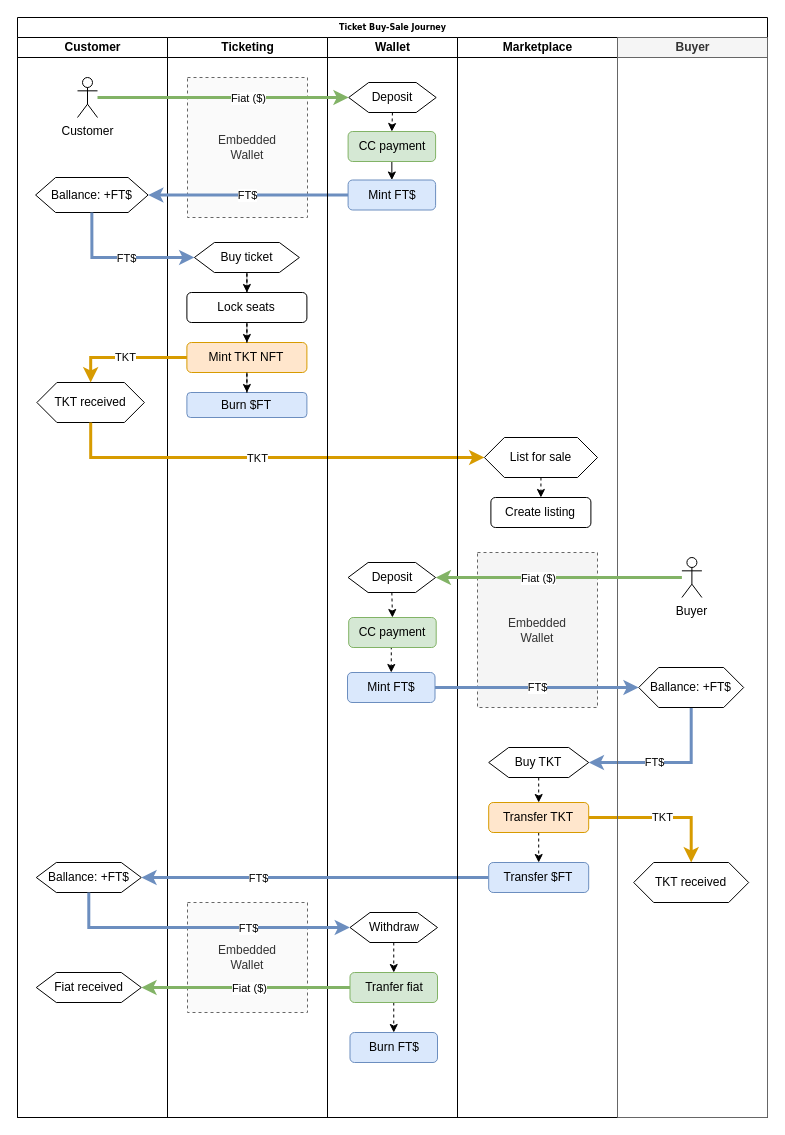
Above: buy-sale-diagram.drawio in cutepetric/TIXchange (draw.io), before the change. Source tidied: cells renumbered, new cells numbered last; positions are measured from the earlier drawing's top-left corner, leaving out a move shared by most shapes. Both pictures are drawn from the tidied source at 100%, with x=0, y=0 at pixel (17, 17).
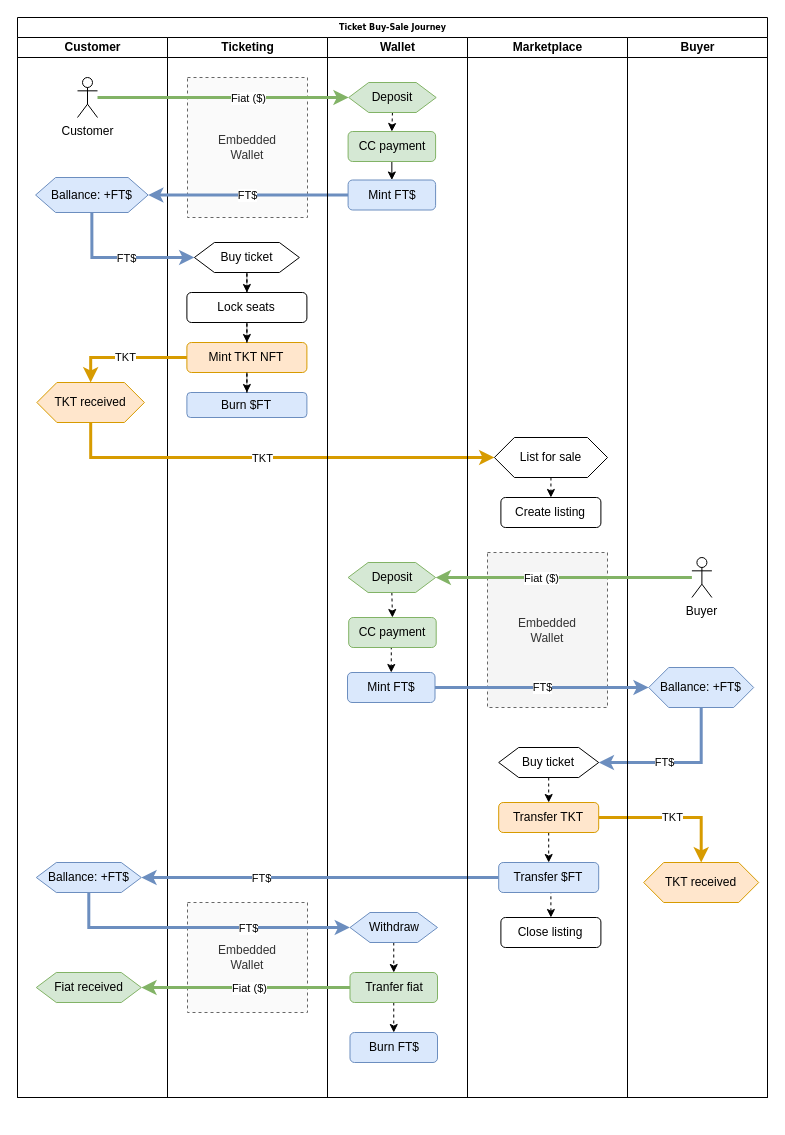
Above is the later version.

The change refers to these unchanged cells:
```xml
<mxCell id="59" value="Transfer $FT" style="whiteSpace=wrap;html=1;rounded=1;fillColor=#dae8fc;strokeColor=#6c8ebf;" parent="50" vertex="1">
  <mxGeometry x="31.2" y="825" width="100" height="30" as="geometry" />
</mxCell>
```

The edit, as a diff of the source:
```diff
@@
     <mxCell id="2" value="Ticket Buy-Sale Journey" style="swimlane;html=1;startSize=20;rounded=0;shadow=0;labelBackgroundColor=none;strokeWidth=1;fontFamily=Verdana;fontSize=8;align=center;" parent="1" vertex="1">
-      <mxGeometry width="750" height="1100" as="geometry" />
+      <mxGeometry width="750" height="1080" as="geometry" />
     </mxCell>
     <mxCell id="3" value="Customer" style="swimlane;html=1;startSize=20;" parent="2" vertex="1">
-      <mxGeometry y="20" width="150" height="1080" as="geometry" />
+      <mxGeometry y="20" width="150" height="1060" as="geometry" />
     </mxCell>
@@
-    <mxCell id="5" value="Ballance: +FT$" style="shape=hexagon;perimeter=hexagonPerimeter2;whiteSpace=wrap;html=1;fixedSize=1;rounded=0;" parent="3" vertex="1">
+    <mxCell id="5" value="Ballance: +FT$" style="shape=hexagon;perimeter=hexagonPerimeter2;whiteSpace=wrap;html=1;fixedSize=1;rounded=0;fillColor=#dae8fc;strokeColor=#6c8ebf;" parent="3" vertex="1">
       <mxGeometry x="18.1" y="140" width="112.5" height="35" as="geometry" />
     </mxCell>
-    <mxCell id="6" value="TKT received" style="shape=hexagon;perimeter=hexagonPerimeter2;whiteSpace=wrap;html=1;fixedSize=1;rounded=0;" parent="3" vertex="1">
+    <mxCell id="6" value="TKT received" style="shape=hexagon;perimeter=hexagonPerimeter2;whiteSpace=wrap;html=1;fixedSize=1;rounded=0;fillColor=#ffe6cc;strokeColor=#d79b00;" parent="3" vertex="1">
       <mxGeometry x="19.4" y="345" width="107.5" height="40" as="geometry" />
     </mxCell>
-    <mxCell id="7" value="Ballance: +FT$" style="shape=hexagon;perimeter=hexagonPerimeter2;whiteSpace=wrap;html=1;fixedSize=1;rounded=0;" parent="3" vertex="1">
+    <mxCell id="7" value="Ballance: +FT$" style="shape=hexagon;perimeter=hexagonPerimeter2;whiteSpace=wrap;html=1;fixedSize=1;rounded=0;fillColor=#dae8fc;strokeColor=#6c8ebf;" parent="3" vertex="1">
       <mxGeometry x="18.8" y="825" width="105" height="30" as="geometry" />
     </mxCell>
-    <mxCell id="8" value="Fiat received" style="shape=hexagon;perimeter=hexagonPerimeter2;whiteSpace=wrap;html=1;fixedSize=1;rounded=0;" parent="3" vertex="1">
+    <mxCell id="8" value="Fiat received" style="shape=hexagon;perimeter=hexagonPerimeter2;whiteSpace=wrap;html=1;fixedSize=1;rounded=0;fillColor=#d5e8d4;strokeColor=#82b366;" parent="3" vertex="1">
       <mxGeometry x="18.8" y="935" width="105" height="30" as="geometry" />
     </mxCell>
     <mxCell id="9" value="Ticketing" style="swimlane;html=1;startSize=20;" parent="2" vertex="1">
-      <mxGeometry x="150" y="20" width="160" height="1080" as="geometry" />
+      <mxGeometry x="150" y="20" width="160" height="1060" as="geometry" />
     </mxCell>
@@
-    <mxCell id="16" value="Burn $FT" style="whiteSpace=wrap;html=1;rounded=1;fillColor=#dae8fc;strokeColor=#6c8ebf;" parent="9" vertex="1">
+    <mxCell id="16" value="Burn $FT" style="whiteSpace=wrap;html=1;rounded=1;fillColor=#dae8fc;strokeColor=#6c8ebf;shadow=0;" parent="9" vertex="1">
       <mxGeometry x="19.4" y="355" width="120" height="25" as="geometry" />
     </mxCell>
@@
     <mxCell id="26" value="Wallet" style="swimlane;html=1;startSize=20;" parent="2" vertex="1">
-      <mxGeometry x="310" y="20" width="130" height="1080" as="geometry" />
+      <mxGeometry x="310" y="20" width="140" height="1060" as="geometry" />
     </mxCell>
@@
-    <mxCell id="31" value="Deposit" style="shape=hexagon;perimeter=hexagonPerimeter2;whiteSpace=wrap;html=1;fixedSize=1;rounded=0;" parent="26" vertex="1">
+    <mxCell id="31" value="Deposit" style="shape=hexagon;perimeter=hexagonPerimeter2;whiteSpace=wrap;html=1;fixedSize=1;rounded=0;fillColor=#d5e8d4;strokeColor=#82b366;" parent="26" vertex="1">
       <mxGeometry x="21.2" y="45" width="87.5" height="30" as="geometry" />
     </mxCell>
@@
-    <mxCell id="33" value="Withdraw" style="shape=hexagon;perimeter=hexagonPerimeter2;whiteSpace=wrap;html=1;fixedSize=1;rounded=0;" parent="26" vertex="1">
+    <mxCell id="33" value="Withdraw" style="shape=hexagon;perimeter=hexagonPerimeter2;whiteSpace=wrap;html=1;fixedSize=1;rounded=0;fillColor=#dae8fc;strokeColor=#6c8ebf;" parent="26" vertex="1">
       <mxGeometry x="22.5" y="875" width="87.5" height="30" as="geometry" />
     </mxCell>
@@
-    <mxCell id="37" value="Deposit" style="shape=hexagon;perimeter=hexagonPerimeter2;whiteSpace=wrap;html=1;fixedSize=1;rounded=0;" parent="26" vertex="1">
+    <mxCell id="37" value="Deposit" style="shape=hexagon;perimeter=hexagonPerimeter2;whiteSpace=wrap;html=1;fixedSize=1;rounded=0;fillColor=#d5e8d4;strokeColor=#82b366;" parent="26" vertex="1">
       <mxGeometry x="20.6" y="525" width="87.5" height="30" as="geometry" />
     </mxCell>
@@
     <mxCell id="50" value="Marketplace" style="swimlane;html=1;startSize=20;" parent="2" vertex="1">
-      <mxGeometry x="440" y="20" width="160" height="1080" as="geometry" />
+      <mxGeometry x="450" y="20" width="160" height="1060" as="geometry" />
     </mxCell>
-    <mxCell id="51" value="Embedded&lt;br&gt;Wallet" style="rounded=0;whiteSpace=wrap;html=1;dashed=1;labelBackgroundColor=none;fillColor=#f5f5f5;fontColor=#333333;strokeColor=#666666;" parent="50" vertex="1">
+    <mxCell id="51" value="Embedded&lt;br&gt;Wallet" style="rounded=0;whiteSpace=wrap;html=1;dashed=1;labelBackgroundColor=none;fillColor=#f5f5f5;fontColor=#333333;strokeColor=#666666;glass=0;" parent="50" vertex="1">
       <mxGeometry x="20" y="515" width="120" height="155" as="geometry" />
     </mxCell>
@@
-    <mxCell id="56" value="Buy TKT" style="shape=hexagon;perimeter=hexagonPerimeter2;whiteSpace=wrap;html=1;fixedSize=1;rounded=0;sketch=0;" parent="50" vertex="1">
+    <mxCell id="56" value="Buy ticket" style="shape=hexagon;perimeter=hexagonPerimeter2;whiteSpace=wrap;html=1;fixedSize=1;rounded=0;sketch=0;" parent="50" vertex="1">
       <mxGeometry x="31.2" y="710" width="100" height="30" as="geometry" />
     </mxCell>
@@
+    <mxCell id="69" style="edgeStyle=orthogonalEdgeStyle;rounded=0;jumpStyle=sharp;jettySize=auto;html=1;exitX=0.5;exitY=1;exitDx=0;exitDy=0;entryX=0.5;entryY=0;entryDx=0;entryDy=0;dashed=1;strokeWidth=1;" parent="50" edge="1" source="59" target="70">
+      <mxGeometry relative="1" as="geometry" />
+    </mxCell>
@@
+    <mxCell id="70" value="Close listing" style="whiteSpace=wrap;html=1;rounded=1;" parent="50" vertex="1">
+      <mxGeometry x="33.4" y="880" width="100" height="30" as="geometry" />
+    </mxCell>
-    <mxCell id="60" value="Buyer" style="swimlane;html=1;startSize=20;fillColor=#f5f5f5;strokeColor=#666666;fontColor=#333333;" parent="2" vertex="1">
-      <mxGeometry x="600" y="20" width="150" height="1080" as="geometry" />
+    <mxCell id="60" value="Buyer" style="swimlane;html=1;startSize=20;" parent="2" vertex="1">
+      <mxGeometry x="610" y="20" width="140" height="1060" as="geometry" />
     </mxCell>
@@
-    <mxCell id="62" value="TKT received" style="shape=hexagon;perimeter=hexagonPerimeter2;whiteSpace=wrap;html=1;fixedSize=1;rounded=0;" parent="60" vertex="1">
+    <mxCell id="62" value="TKT received" style="shape=hexagon;perimeter=hexagonPerimeter2;whiteSpace=wrap;html=1;fixedSize=1;rounded=0;fillColor=#ffe6cc;strokeColor=#d79b00;" parent="60" vertex="1">
       <mxGeometry x="16.2" y="825" width="115" height="40" as="geometry" />
     </mxCell>
-    <mxCell id="63" value="Ballance: +FT$" style="shape=hexagon;perimeter=hexagonPerimeter2;whiteSpace=wrap;html=1;fixedSize=1;rounded=0;" parent="60" vertex="1">
+    <mxCell id="63" value="Ballance: +FT$" style="shape=hexagon;perimeter=hexagonPerimeter2;whiteSpace=wrap;html=1;fixedSize=1;rounded=0;fillColor=#dae8fc;strokeColor=#6c8ebf;" parent="60" vertex="1">
       <mxGeometry x="21.2" y="630" width="105" height="40" as="geometry" />
     </mxCell>
```
